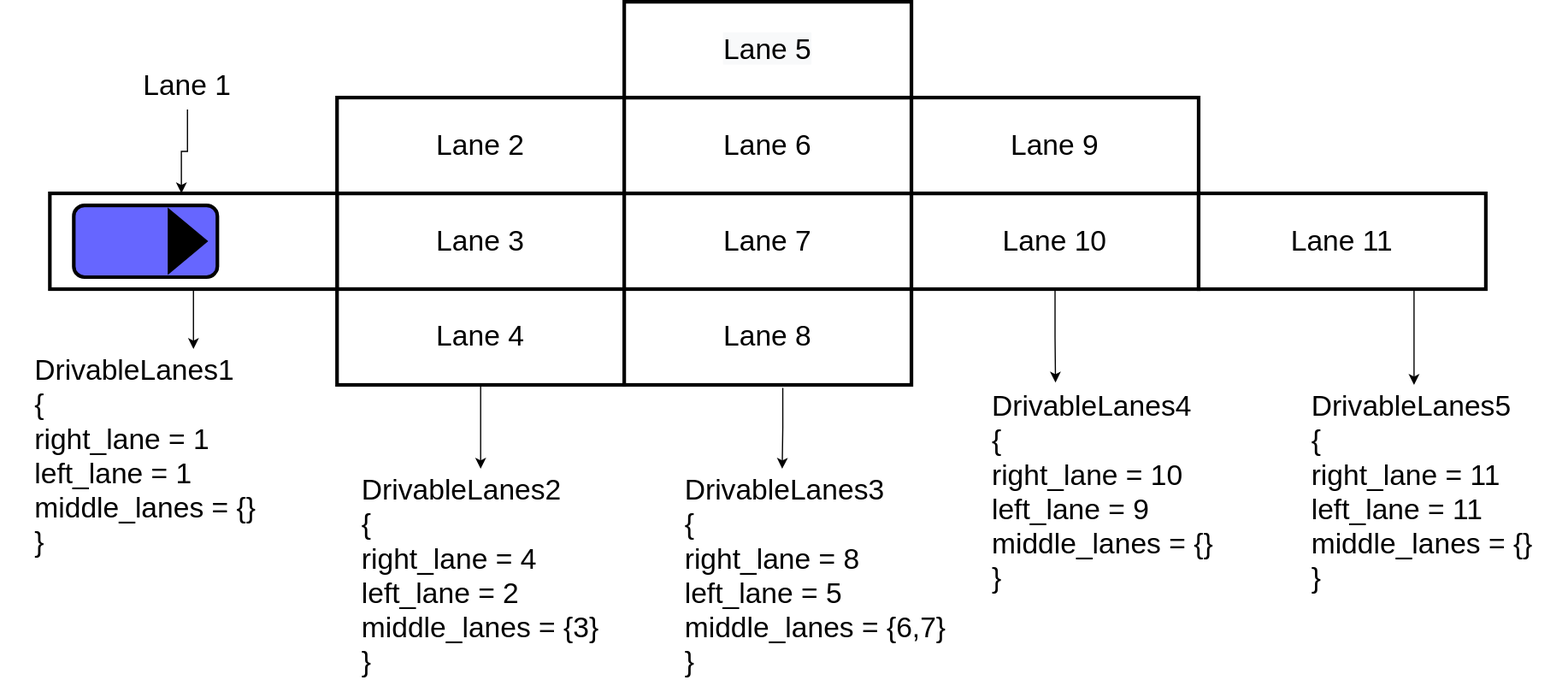
Earlier version of the draw.io export planning/behavior_path_planner/image/drivable_area/sorted_lanes.drawio.svg (autowarefoundation/autoware.universe). Source tidied: cells renumbered, new cells last; positions are measured from the earlier drawing's top-left corner, leaving out a move shared by most shapes. Source of this version:
```xml
<mxGraphModel>
  <root>
    <mxCell id="0" />
    <mxCell id="1" parent="0" />
    <mxCell id="2" value="&lt;span style=&quot;font-size: 24px;&quot;&gt;Lane 3&lt;/span&gt;" style="rounded=0;whiteSpace=wrap;html=1;strokeColor=#000000;strokeWidth=3;" parent="1" vertex="1">
      <mxGeometry x="280" y="160" width="240" height="80" as="geometry" />
    </mxCell>
    <mxCell id="3" value="&lt;span style=&quot;font-size: 24px;&quot;&gt;Lane 7&lt;/span&gt;" style="rounded=0;whiteSpace=wrap;html=1;strokeColor=#000000;strokeWidth=3;" parent="1" vertex="1">
      <mxGeometry x="520" y="160" width="240" height="80" as="geometry" />
    </mxCell>
    <mxCell id="4" value="&lt;span style=&quot;font-size: 24px;&quot;&gt;Lane 2&lt;/span&gt;" style="rounded=0;whiteSpace=wrap;html=1;strokeColor=#000000;strokeWidth=3;" parent="1" vertex="1">
      <mxGeometry x="280" y="80" width="240" height="80" as="geometry" />
    </mxCell>
    <mxCell id="5" value="&lt;span style=&quot;font-size: 24px;&quot;&gt;Lane 6&lt;/span&gt;" style="rounded=0;whiteSpace=wrap;html=1;strokeColor=#000000;strokeWidth=3;" parent="1" vertex="1">
      <mxGeometry x="520" y="80" width="240" height="80" as="geometry" />
    </mxCell>
    <mxCell id="6" style="edgeStyle=orthogonalEdgeStyle;rounded=0;jettySize=auto;html=1;exitX=0.5;exitY=1;exitDx=0;exitDy=0;fontSize=24;" parent="1" edge="1" source="7">
      <mxGeometry relative="1" as="geometry">
        <mxPoint x="160" y="290" as="targetPoint" />
      </mxGeometry>
    </mxCell>
    <mxCell id="7" style="rounded=0;whiteSpace=wrap;html=1;strokeColor=#000000;strokeWidth=3;" parent="1" vertex="1">
      <mxGeometry x="40" y="160" width="240" height="80" as="geometry" />
    </mxCell>
    <mxCell id="8" value="&lt;span style=&quot;font-size: 24px;&quot;&gt;Lane 4&lt;/span&gt;" style="rounded=0;whiteSpace=wrap;html=1;strokeColor=#000000;strokeWidth=3;" parent="1" vertex="1">
      <mxGeometry x="280" y="240" width="240" height="80" as="geometry" />
    </mxCell>
    <mxCell id="9" value="&lt;span style=&quot;font-size: 24px;&quot;&gt;Lane 8&lt;/span&gt;" style="rounded=0;whiteSpace=wrap;html=1;strokeColor=#000000;strokeWidth=3;" parent="1" vertex="1">
      <mxGeometry x="520" y="240" width="240" height="80" as="geometry" />
    </mxCell>
    <mxCell id="10" value="&lt;span style=&quot;font-size: 24px;&quot;&gt;Lane 10&lt;/span&gt;" style="rounded=0;whiteSpace=wrap;html=1;strokeColor=#000000;strokeWidth=3;" parent="1" vertex="1">
      <mxGeometry x="760" y="160" width="240" height="80" as="geometry" />
    </mxCell>
    <mxCell id="11" value="&lt;span style=&quot;font-size: 24px;&quot;&gt;Lane 9&lt;/span&gt;" style="rounded=0;whiteSpace=wrap;html=1;strokeColor=#000000;strokeWidth=3;" parent="1" vertex="1">
      <mxGeometry x="760" y="80" width="240" height="80" as="geometry" />
    </mxCell>
    <mxCell id="12" value="&lt;span style=&quot;font-size: 24px;&quot;&gt;Lane 11&lt;/span&gt;" style="rounded=0;whiteSpace=wrap;html=1;strokeColor=#000000;strokeWidth=3;" parent="1" vertex="1">
      <mxGeometry x="1000" y="160" width="240" height="80" as="geometry" />
    </mxCell>
    <mxCell id="13" value="&lt;span style=&quot;color: rgb(0, 0, 0); font-family: Helvetica; font-size: 24px; font-style: normal; font-variant-ligatures: normal; font-variant-caps: normal; font-weight: 400; letter-spacing: normal; orphans: 2; text-align: center; text-indent: 0px; text-transform: none; widows: 2; word-spacing: 0px; -webkit-text-stroke-width: 0px; background-color: rgb(248, 249, 250); text-decoration-thickness: initial; text-decoration-style: initial; text-decoration-color: initial; float: none; display: inline !important;&quot;&gt;Lane 5&lt;/span&gt;" style="rounded=0;whiteSpace=wrap;html=1;strokeColor=#000000;strokeWidth=3;" parent="1" vertex="1">
      <mxGeometry x="520" width="240" height="80" as="geometry" />
    </mxCell>
    <mxCell id="14" style="rounded=1;whiteSpace=wrap;html=1;strokeColor=#000000;strokeWidth=3;fontSize=24;fillColor=#6666FF;" parent="1" vertex="1">
      <mxGeometry x="60" y="170" width="120" height="60" as="geometry" />
    </mxCell>
    <mxCell id="15" style="triangle;whiteSpace=wrap;html=1;strokeColor=#000000;strokeWidth=3;fontSize=24;fillColor=#000000;" parent="1" vertex="1">
      <mxGeometry x="140" y="175" width="30" height="50" as="geometry" />
    </mxCell>
    <mxCell id="16" style="edgeStyle=orthogonalEdgeStyle;rounded=0;jettySize=auto;html=1;exitX=0.5;exitY=1;exitDx=0;exitDy=0;entryX=0.458;entryY=0;entryDx=0;entryDy=0;entryPerimeter=0;fontSize=24;" parent="1" edge="1" source="17" target="7">
      <mxGeometry relative="1" as="geometry" />
    </mxCell>
    <mxCell id="17" value="Lane 1" style="text;html=1;strokeColor=none;fillColor=none;align=center;verticalAlign=middle;whiteSpace=wrap;rounded=0;strokeWidth=3;fontSize=24;" parent="1" vertex="1">
      <mxGeometry x="90" y="50" width="130" height="40" as="geometry" />
    </mxCell>
    <mxCell id="18" value="&lt;div style=&quot;text-align: left;&quot;&gt;&lt;span style=&quot;background-color: initial;&quot;&gt;DrivableLanes1&lt;/span&gt;&lt;/div&gt;&lt;div style=&quot;text-align: left;&quot;&gt;&lt;span style=&quot;background-color: initial;&quot;&gt;{&lt;/span&gt;&lt;/div&gt;&lt;div style=&quot;text-align: left;&quot;&gt;&lt;span style=&quot;background-color: initial;&quot;&gt;&amp;nbsp; right_lane = 1&lt;/span&gt;&lt;/div&gt;&lt;div style=&quot;text-align: left;&quot;&gt;&lt;span style=&quot;background-color: initial;&quot;&gt;&amp;nbsp; left_lane = 1&lt;/span&gt;&lt;/div&gt;&lt;div style=&quot;text-align: left;&quot;&gt;&lt;span style=&quot;background-color: initial;&quot;&gt;&amp;nbsp; middle_lanes = {}&lt;/span&gt;&lt;/div&gt;&lt;div style=&quot;text-align: left;&quot;&gt;&lt;span style=&quot;background-color: initial;&quot;&gt;}&lt;/span&gt;&lt;/div&gt;" style="text;html=1;strokeColor=none;fillColor=none;align=center;verticalAlign=middle;whiteSpace=wrap;rounded=0;strokeWidth=3;fontSize=24;" parent="1" vertex="1">
      <mxGeometry y="290" width="240" height="180" as="geometry" />
    </mxCell>
    <mxCell id="19" style="edgeStyle=orthogonalEdgeStyle;rounded=0;orthogonalLoop=1;jettySize=auto;html=1;exitX=0.5;exitY=1;exitDx=0;exitDy=0;fontSize=24;" parent="1" edge="1" source="18" target="18">
      <mxGeometry relative="1" as="geometry" />
    </mxCell>
    <mxCell id="20" value="&lt;div style=&quot;text-align: left;&quot;&gt;&lt;span style=&quot;background-color: initial;&quot;&gt;DrivableLanes2&lt;/span&gt;&lt;/div&gt;&lt;div style=&quot;text-align: left;&quot;&gt;&lt;span style=&quot;background-color: initial;&quot;&gt;{&lt;/span&gt;&lt;/div&gt;&lt;div style=&quot;text-align: left;&quot;&gt;&lt;span style=&quot;background-color: initial;&quot;&gt;&amp;nbsp; right_lane = 4&lt;/span&gt;&lt;/div&gt;&lt;div style=&quot;text-align: left;&quot;&gt;&lt;span style=&quot;background-color: initial;&quot;&gt;&amp;nbsp; left_lane = 2&lt;/span&gt;&lt;/div&gt;&lt;div style=&quot;text-align: left;&quot;&gt;&lt;span style=&quot;background-color: initial;&quot;&gt;&amp;nbsp; middle_lanes = {3}&lt;/span&gt;&lt;/div&gt;&lt;div style=&quot;text-align: left;&quot;&gt;&lt;span style=&quot;background-color: initial;&quot;&gt;}&lt;/span&gt;&lt;/div&gt;" style="text;html=1;strokeColor=none;fillColor=none;align=center;verticalAlign=middle;whiteSpace=wrap;rounded=0;strokeWidth=3;fontSize=24;" parent="1" vertex="1">
      <mxGeometry x="280" y="390" width="240" height="180" as="geometry" />
    </mxCell>
    <mxCell id="21" style="edgeStyle=orthogonalEdgeStyle;rounded=0;jettySize=auto;html=1;fontSize=24;entryX=0.5;entryY=0;entryDx=0;entryDy=0;exitX=0.5;exitY=1;exitDx=0;exitDy=0;" parent="1" edge="1" source="8" target="20">
      <mxGeometry relative="1" as="geometry" />
    </mxCell>
    <mxCell id="22" style="edgeStyle=orthogonalEdgeStyle;rounded=0;jettySize=auto;html=1;fontSize=24;exitX=0.552;exitY=1.031;exitDx=0;exitDy=0;exitPerimeter=0;" parent="1" edge="1" source="9">
      <mxGeometry relative="1" as="geometry">
        <mxPoint x="652" y="390" as="targetPoint" />
      </mxGeometry>
    </mxCell>
    <mxCell id="23" value="&lt;div style=&quot;text-align: left;&quot;&gt;&lt;span style=&quot;background-color: initial;&quot;&gt;DrivableLanes3&lt;/span&gt;&lt;/div&gt;&lt;div style=&quot;text-align: left;&quot;&gt;&lt;span style=&quot;background-color: initial;&quot;&gt;{&lt;/span&gt;&lt;/div&gt;&lt;div style=&quot;text-align: left;&quot;&gt;&lt;span style=&quot;background-color: initial;&quot;&gt;&amp;nbsp; right_lane = 8&lt;/span&gt;&lt;/div&gt;&lt;div style=&quot;text-align: left;&quot;&gt;&lt;span style=&quot;background-color: initial;&quot;&gt;&amp;nbsp; left_lane = 5&lt;/span&gt;&lt;/div&gt;&lt;div style=&quot;text-align: left;&quot;&gt;&lt;span style=&quot;background-color: initial;&quot;&gt;&amp;nbsp; middle_lanes = {6,7}&lt;/span&gt;&lt;/div&gt;&lt;div style=&quot;text-align: left;&quot;&gt;&lt;span style=&quot;background-color: initial;&quot;&gt;}&lt;/span&gt;&lt;/div&gt;" style="text;html=1;strokeColor=none;fillColor=none;align=center;verticalAlign=middle;whiteSpace=wrap;rounded=0;strokeWidth=3;fontSize=24;" parent="1" vertex="1">
      <mxGeometry x="560" y="390" width="240" height="180" as="geometry" />
    </mxCell>
    <mxCell id="24" style="edgeStyle=orthogonalEdgeStyle;rounded=0;jettySize=auto;html=1;fontSize=24;exitX=0.5;exitY=1;exitDx=0;exitDy=0;entryX=0.335;entryY=-0.011;entryDx=0;entryDy=0;entryPerimeter=0;" parent="1" edge="1" source="10" target="25">
      <mxGeometry relative="1" as="geometry" />
    </mxCell>
    <mxCell id="25" value="&lt;div style=&quot;text-align: left;&quot;&gt;&lt;span style=&quot;background-color: initial;&quot;&gt;DrivableLanes4&lt;/span&gt;&lt;/div&gt;&lt;div style=&quot;text-align: left;&quot;&gt;&lt;span style=&quot;background-color: initial;&quot;&gt;{&lt;/span&gt;&lt;/div&gt;&lt;div style=&quot;text-align: left;&quot;&gt;&lt;span style=&quot;background-color: initial;&quot;&gt;&amp;nbsp; right_lane = 10&lt;/span&gt;&lt;/div&gt;&lt;div style=&quot;text-align: left;&quot;&gt;&lt;span style=&quot;background-color: initial;&quot;&gt;&amp;nbsp; left_lane = 9&lt;/span&gt;&lt;/div&gt;&lt;div style=&quot;text-align: left;&quot;&gt;&lt;span style=&quot;background-color: initial;&quot;&gt;&amp;nbsp; middle_lanes = {}&lt;/span&gt;&lt;/div&gt;&lt;div style=&quot;text-align: left;&quot;&gt;&lt;span style=&quot;background-color: initial;&quot;&gt;}&lt;/span&gt;&lt;/div&gt;" style="text;html=1;strokeColor=none;fillColor=none;align=center;verticalAlign=middle;whiteSpace=wrap;rounded=0;strokeWidth=3;fontSize=24;" parent="1" vertex="1">
      <mxGeometry x="800" y="320" width="240" height="180" as="geometry" />
    </mxCell>
    <mxCell id="26" value="&lt;div style=&quot;text-align: left;&quot;&gt;&lt;span style=&quot;background-color: initial;&quot;&gt;DrivableLanes5&lt;/span&gt;&lt;/div&gt;&lt;div style=&quot;text-align: left;&quot;&gt;&lt;span style=&quot;background-color: initial;&quot;&gt;{&lt;/span&gt;&lt;/div&gt;&lt;div style=&quot;text-align: left;&quot;&gt;&lt;span style=&quot;background-color: initial;&quot;&gt;&amp;nbsp; right_lane = 11&lt;/span&gt;&lt;/div&gt;&lt;div style=&quot;text-align: left;&quot;&gt;&lt;span style=&quot;background-color: initial;&quot;&gt;&amp;nbsp; left_lane = 11&lt;/span&gt;&lt;/div&gt;&lt;div style=&quot;text-align: left;&quot;&gt;&lt;span style=&quot;background-color: initial;&quot;&gt;&amp;nbsp; middle_lanes = {}&lt;/span&gt;&lt;/div&gt;&lt;div style=&quot;text-align: left;&quot;&gt;&lt;span style=&quot;background-color: initial;&quot;&gt;}&lt;/span&gt;&lt;/div&gt;" style="text;html=1;strokeColor=none;fillColor=none;align=center;verticalAlign=middle;whiteSpace=wrap;rounded=0;strokeWidth=3;fontSize=24;" parent="1" vertex="1">
      <mxGeometry x="1067" y="320" width="240" height="180" as="geometry" />
    </mxCell>
    <mxCell id="27" style="edgeStyle=orthogonalEdgeStyle;rounded=0;jettySize=auto;html=1;fontSize=24;exitX=0.75;exitY=1;exitDx=0;exitDy=0;" parent="1" edge="1" source="12">
      <mxGeometry relative="1" as="geometry">
        <mxPoint x="1180" y="320" as="targetPoint" />
        <Array as="points">
          <mxPoint x="1180" y="320" />
        </Array>
      </mxGeometry>
    </mxCell>
  </root>
</mxGraphModel>
```
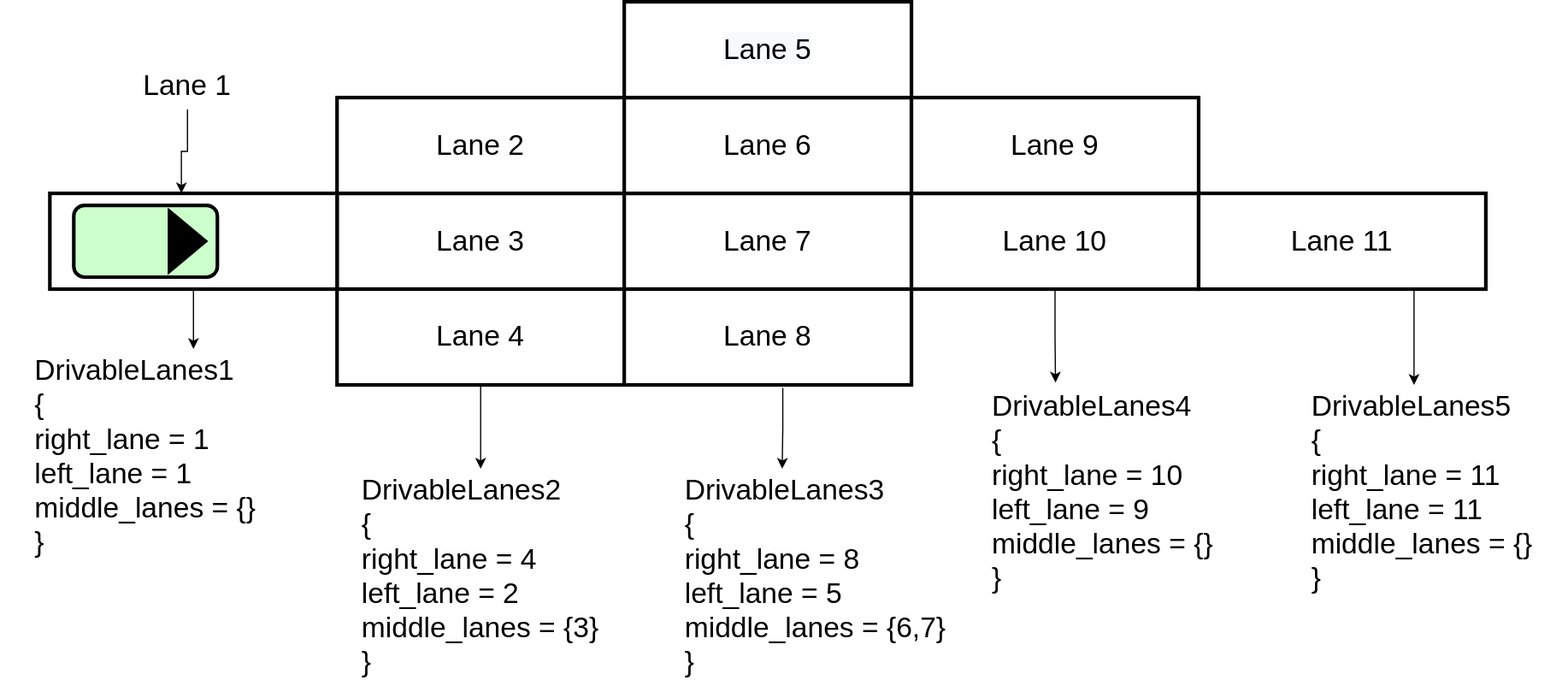
After the commit.

What changed in the source:
```diff
@@ -40,7 +40,7 @@
     <mxCell id="13" value="&lt;span style=&quot;color: rgb(0, 0, 0); font-family: Helvetica; font-size: 24px; font-style: normal; font-variant-ligatures: normal; font-variant-caps: normal; font-weight: 400; letter-spacing: normal; orphans: 2; text-align: center; text-indent: 0px; text-transform: none; widows: 2; word-spacing: 0px; -webkit-text-stroke-width: 0px; background-color: rgb(248, 249, 250); text-decoration-thickness: initial; text-decoration-style: initial; text-decoration-color: initial; float: none; display: inline !important;&quot;&gt;Lane 5&lt;/span&gt;" style="rounded=0;whiteSpace=wrap;html=1;strokeColor=#000000;strokeWidth=3;" parent="1" vertex="1">
       <mxGeometry x="520" width="240" height="80" as="geometry" />
     </mxCell>
-    <mxCell id="14" style="rounded=1;whiteSpace=wrap;html=1;strokeColor=#000000;strokeWidth=3;fontSize=24;fillColor=#6666FF;" parent="1" vertex="1">
+    <mxCell id="14" style="rounded=1;whiteSpace=wrap;html=1;strokeColor=#000000;strokeWidth=3;fontSize=24;fillColor=#CCFFCC;" parent="1" vertex="1">
       <mxGeometry x="60" y="170" width="120" height="60" as="geometry" />
     </mxCell>
     <mxCell id="15" style="triangle;whiteSpace=wrap;html=1;strokeColor=#000000;strokeWidth=3;fontSize=24;fillColor=#000000;" parent="1" vertex="1">
```
